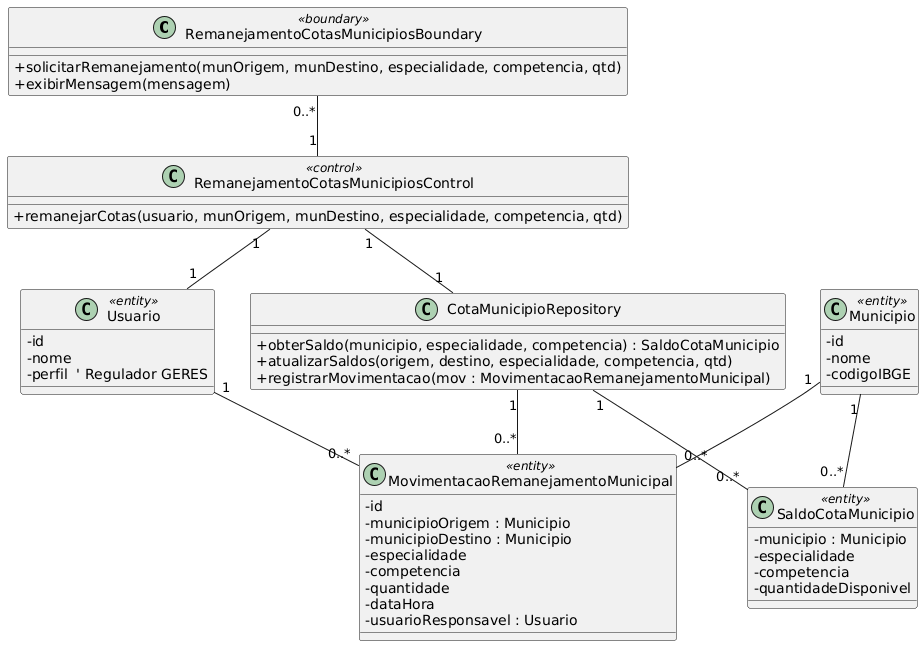
Earlier version of the PlantUML export Diagramas de classes/UC015.png (EvertonFerreir4/Sistema_De_Cotas_SES).
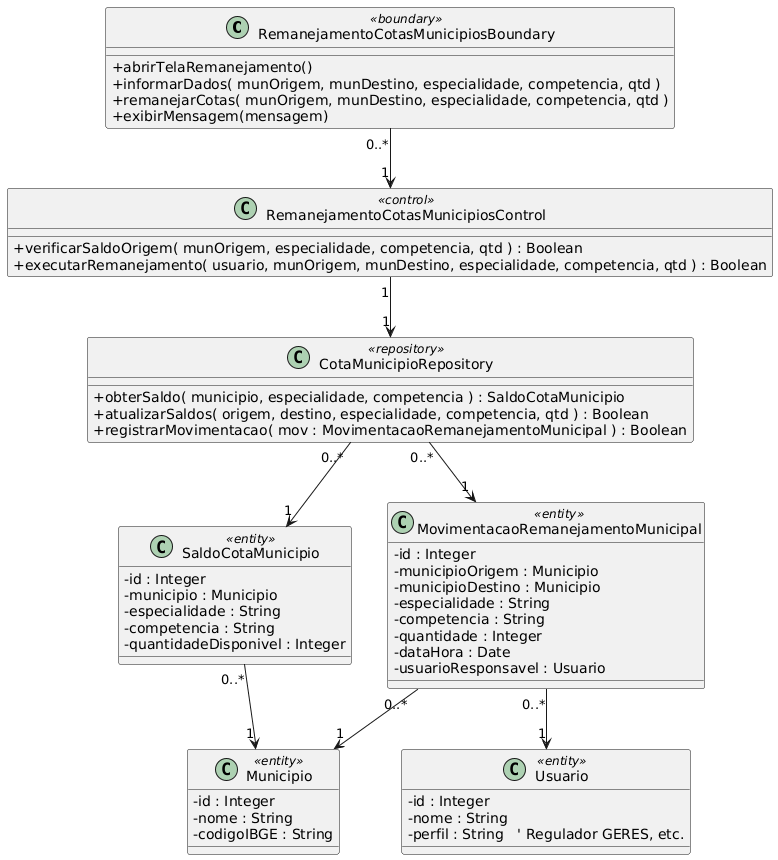
Above is the later version.

Diff of the diagram source:
```diff
@@ -2,63 +2,62 @@
 skinparam classAttributeIconSize 0
 
 class RemanejamentoCotasMunicipiosBoundary <<boundary>> {
-    +solicitarRemanejamento(munOrigem, munDestino, especialidade, competencia, qtd)
+    +abrirTelaRemanejamento()
+    +informarDados( munOrigem, munDestino, especialidade, competencia, qtd )
+    +remanejarCotas( munOrigem, munDestino, especialidade, competencia, qtd )
     +exibirMensagem(mensagem)
 }
 
 class RemanejamentoCotasMunicipiosControl <<control>> {
-    +remanejarCotas(usuario, munOrigem, munDestino, especialidade, competencia, qtd)
+    +verificarSaldoOrigem( munOrigem, especialidade, competencia, qtd ) : Boolean
+    +executarRemanejamento( usuario, munOrigem, munDestino, especialidade, competencia, qtd ) : Boolean
+}
+
+class CotaMunicipioRepository <<repository>> {
+    +obterSaldo( municipio, especialidade, competencia ) : SaldoCotaMunicipio
+    +atualizarSaldos( origem, destino, especialidade, competencia, qtd ) : Boolean
+    +registrarMovimentacao( mov : MovimentacaoRemanejamentoMunicipal ) : Boolean
+}
+
+class Usuario <<entity>> {
+    -id : Integer
+    -nome : String
+    -perfil : String   ' Regulador GERES, etc.
 }
 
 class Municipio <<entity>> {
-    -id
-    -nome
-    -codigoIBGE
+    -id : Integer
+    -nome : String
+    -codigoIBGE : String
 }
 
 class SaldoCotaMunicipio <<entity>> {
+    -id : Integer
     -municipio : Municipio
-    -especialidade
-    -competencia
-    -quantidadeDisponivel
+    -especialidade : String
+    -competencia : String
+    -quantidadeDisponivel : Integer
 }
 
 class MovimentacaoRemanejamentoMunicipal <<entity>> {
-    -id
+    -id : Integer
     -municipioOrigem : Municipio
     -municipioDestino : Municipio
-    -especialidade
-    -competencia
-    -quantidade
-    -dataHora
+    -especialidade : String
+    -competencia : String
+    -quantidade : Integer
+    -dataHora : Date
     -usuarioResponsavel : Usuario
 }
 
-class Usuario <<entity>> {
-    -id
-    -nome
-    -perfil  ' Regulador GERES
-}
 
-class CotaMunicipioRepository {
-    +obterSaldo(municipio, especialidade, competencia) : SaldoCotaMunicipio
-    +atualizarSaldos(origem, destino, especialidade, competencia, qtd)
-    +registrarMovimentacao(mov : MovimentacaoRemanejamentoMunicipal)
-}
+RemanejamentoCotasMunicipiosBoundary "0..*" --> "1" RemanejamentoCotasMunicipiosControl
+RemanejamentoCotasMunicipiosControl "1" --> "1" CotaMunicipioRepository
 
-RemanejamentoCotasMunicipiosBoundary "0..*" -- "1" RemanejamentoCotasMunicipiosControl
+CotaMunicipioRepository "0..*" --> "1" SaldoCotaMunicipio
+CotaMunicipioRepository "0..*" --> "1" MovimentacaoRemanejamentoMunicipal
 
-RemanejamentoCotasMunicipiosControl "1" -- "1" Usuario
-
-Municipio "1" -- "0..*" SaldoCotaMunicipio
-
-Usuario "1" -- "0..*" MovimentacaoRemanejamentoMunicipal
-
-Municipio "1" -- "0..*" MovimentacaoRemanejamentoMunicipal
-
-RemanejamentoCotasMunicipiosControl "1" -- "1" CotaMunicipioRepository
-
-CotaMunicipioRepository "1" -- "0..*" SaldoCotaMunicipio
-
-CotaMunicipioRepository "1" -- "0..*" MovimentacaoRemanejamentoMunicipal
+SaldoCotaMunicipio "0..*" --> "1" Municipio
+MovimentacaoRemanejamentoMunicipal "0..*" --> "1" Municipio
+MovimentacaoRemanejamentoMunicipal "0..*" --> "1" Usuario
 @enduml
```
